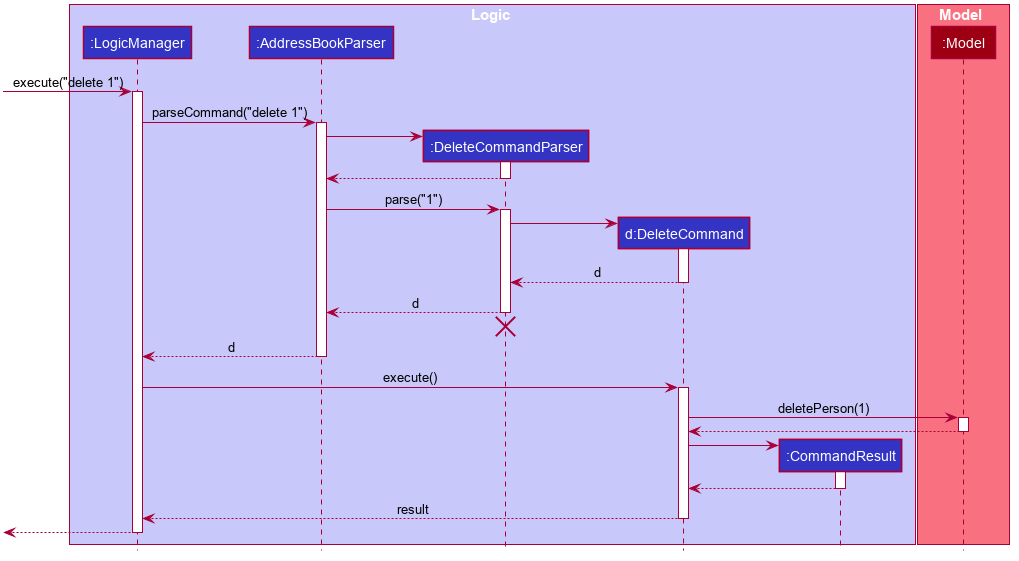
Before: docs/images/DeleteSequenceDiagram.png, a diagram exported from PlantUML (nus-cs2103-AY2223S2/tp).
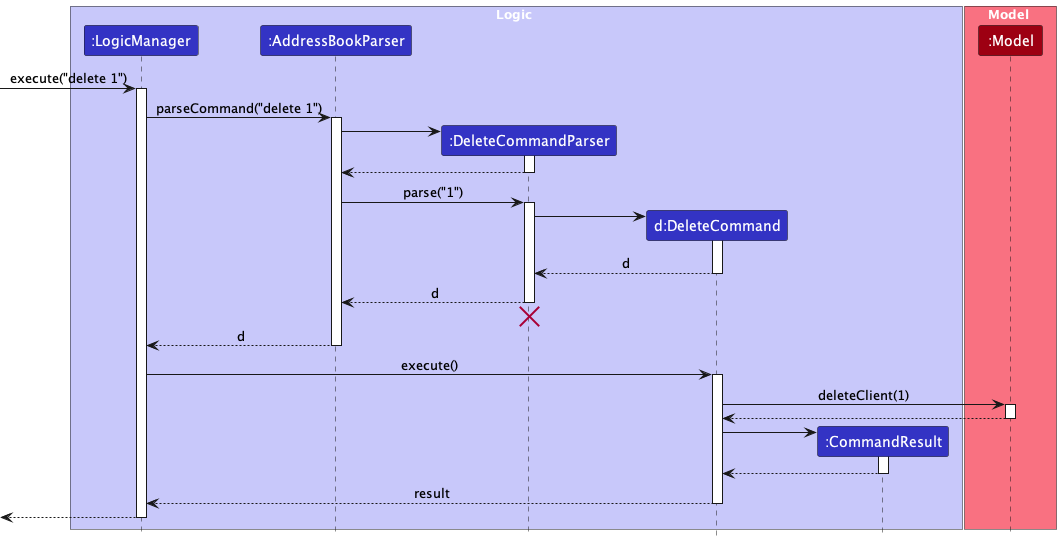
The same diagram one commit later.

Diff of the diagram source:
```diff
@@ -1,63 +1,16 @@
 @startuml
+!include style.puml
 
-
-
-
-
-
-
-
-skinparam BackgroundColor #FFFFFFF
-
-skinparam Shadowing false
-
-skinparam Class {
-    FontColor #FFFFFF
-    BorderThickness 1
-    BorderColor #FFFFFF
-    StereotypeFontColor #FFFFFF
-    FontName Arial
-}
-
-skinparam Actor {
-    BorderColor #000000
-    Color #000000
-    FontName Arial
-}
-
-skinparam Sequence {
-    MessageAlign center
-    BoxFontSize 15
-    BoxPadding 0
-    BoxFontColor #FFFFFF
-    FontName Arial
-}
-
-skinparam Participant {
-    FontColor #FFFFFFF
-    Padding 20
-}
-
-skinparam MinClassWidth 50
-skinparam ParticipantPadding 10
-skinparam Shadowing false
-skinparam DefaultTextAlignment center
-skinparam packageStyle Rectangle
-
-hide footbox
-hide members
-hide circle
-
-box Logic #C8C8FA
-participant ":LogicManager" as LogicManager #3333C4
-participant ":AddressBookParser" as AddressBookParser #3333C4
-participant ":DeleteCommandParser" as DeleteCommandParser #3333C4
-participant "d:DeleteCommand" as DeleteCommand #3333C4
-participant ":CommandResult" as CommandResult #3333C4
+box Logic LOGIC_COLOR_T1
+participant ":LogicManager" as LogicManager LOGIC_COLOR
+participant ":AddressBookParser" as AddressBookParser LOGIC_COLOR
+participant ":DeleteCommandParser" as DeleteCommandParser LOGIC_COLOR
+participant "d:DeleteCommand" as DeleteCommand LOGIC_COLOR
+participant ":CommandResult" as CommandResult LOGIC_COLOR
 end box
 
-box Model #F97181
-participant ":Model" as Model #9D0012
+box Model MODEL_COLOR_T1
+participant ":Model" as Model MODEL_COLOR
 end box
 
 [-> LogicManager : execute("delete 1")
@@ -94,7 +47,7 @@
 LogicManager -> DeleteCommand : execute()
 activate DeleteCommand
 
-DeleteCommand -> Model : deletePerson(1)
+DeleteCommand -> Model : deleteClient(1)
 activate Model
 
 Model --> DeleteCommand
```
